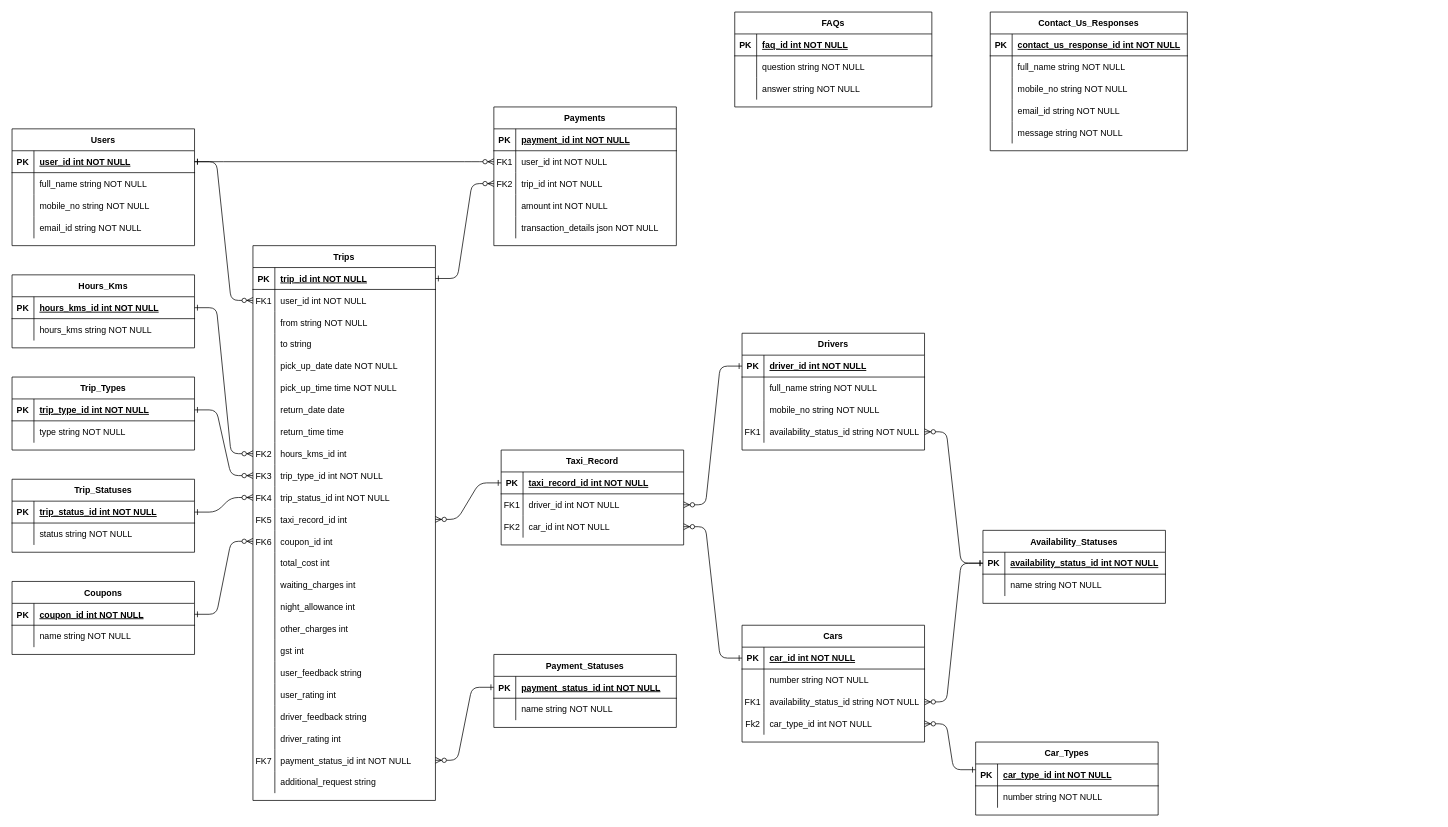
The draw.io diagram BTC.drawio in TechManTejas/BombayTaxiCo_Express_Backend, before the edit. Source tidied: cells renumbered, new cells numbered last; positions are measured from the earlier drawing's top-left corner, leaving out a move shared by most shapes. Both pictures are drawn from the tidied source at 73%, with x=0, y=0 at pixel (12, 12).
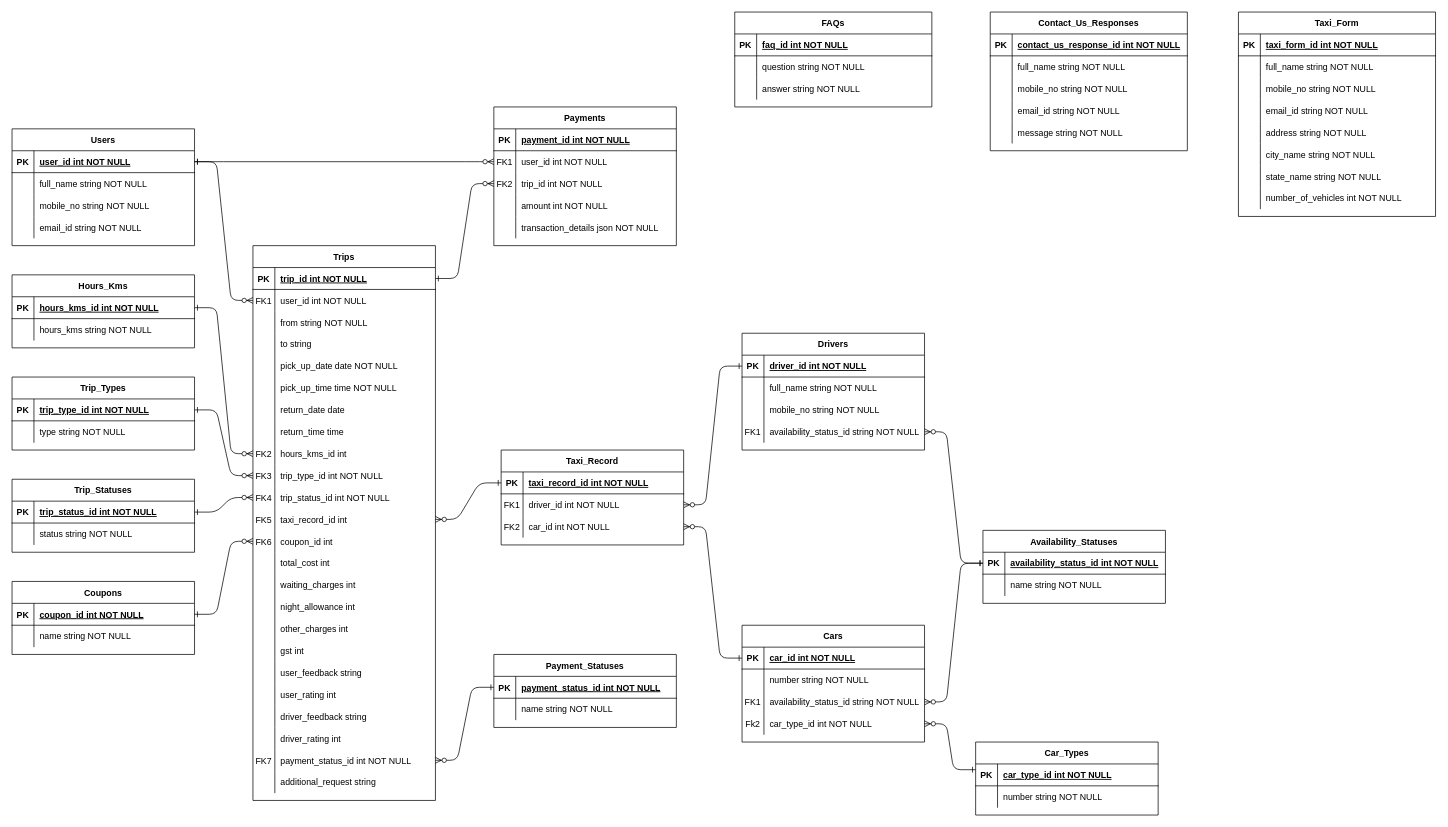
Above is the later version.

Commit message:
Added Taxi Form

The edit, as a diff of the source:
```diff
@@
+    <mxCell id="229" value="Taxi_Form" style="shape=table;startSize=30;childLayout=tableLayout;rowLines=0;fontStyle=1;align=center;gradientColor=default;fillColor=none;" parent="1" vertex="1">
+      <mxGeometry x="1680" width="270" height="280" as="geometry" />
+    </mxCell>
+    <mxCell id="230" style="shape=partialRectangle;fillColor=none;top=0;left=0;right=0;bottom=1;" parent="229" vertex="1">
+      <mxGeometry y="30" width="270" height="30" as="geometry" />
+    </mxCell>
+    <mxCell id="231" value="PK" style="shape=partialRectangle;overflow=hidden;fillColor=none;top=0;left=0;bottom=0;right=0;fontStyle=1;" parent="230" vertex="1">
+      <mxGeometry width="30" height="30" as="geometry" />
+    </mxCell>
+    <mxCell id="232" value="taxi_form_id int NOT NULL " style="shape=partialRectangle;overflow=hidden;fillColor=none;top=0;left=0;bottom=0;right=0;align=left;spacingLeft=6;fontStyle=5;" parent="230" vertex="1">
+      <mxGeometry x="30" width="240" height="30" as="geometry" />
+    </mxCell>
+    <mxCell id="233" style="shape=partialRectangle;fillColor=none;top=0;left=0;right=0;bottom=0;" parent="229" vertex="1">
+      <mxGeometry y="60" width="270" height="30" as="geometry" />
+    </mxCell>
+    <mxCell id="234" style="shape=partialRectangle;overflow=hidden;fillColor=none;top=0;left=0;bottom=0;right=0;" parent="233" vertex="1">
+      <mxGeometry width="30" height="30" as="geometry" />
+    </mxCell>
+    <mxCell id="235" value="full_name string NOT NULL" style="shape=partialRectangle;overflow=hidden;fillColor=none;top=0;left=0;bottom=0;right=0;align=left;spacingLeft=6;" parent="233" vertex="1">
+      <mxGeometry x="30" width="240" height="30" as="geometry" />
+    </mxCell>
+    <mxCell id="236" style="shape=partialRectangle;fillColor=none;top=0;left=0;right=0;bottom=0;" parent="229" vertex="1">
+      <mxGeometry y="90" width="270" height="30" as="geometry" />
+    </mxCell>
+    <mxCell id="237" style="shape=partialRectangle;overflow=hidden;fillColor=none;top=0;left=0;bottom=0;right=0;" parent="236" vertex="1">
+      <mxGeometry width="30" height="30" as="geometry" />
+    </mxCell>
+    <mxCell id="238" value="mobile_no string NOT NULL" style="shape=partialRectangle;overflow=hidden;fillColor=none;top=0;left=0;bottom=0;right=0;align=left;spacingLeft=6;" parent="236" vertex="1">
+      <mxGeometry x="30" width="240" height="30" as="geometry" />
+    </mxCell>
+    <mxCell id="239" style="shape=partialRectangle;fillColor=none;top=0;left=0;right=0;bottom=0;" parent="229" vertex="1">
+      <mxGeometry y="120" width="270" height="30" as="geometry" />
+    </mxCell>
+    <mxCell id="240" style="shape=partialRectangle;overflow=hidden;fillColor=none;top=0;left=0;bottom=0;right=0;" parent="239" vertex="1">
+      <mxGeometry width="30" height="30" as="geometry" />
+    </mxCell>
+    <mxCell id="241" value="email_id string NOT NULL" style="shape=partialRectangle;overflow=hidden;fillColor=none;top=0;left=0;bottom=0;right=0;align=left;spacingLeft=6;" parent="239" vertex="1">
+      <mxGeometry x="30" width="240" height="30" as="geometry" />
+    </mxCell>
+    <mxCell id="242" style="shape=partialRectangle;fillColor=none;top=0;left=0;right=0;bottom=0;" parent="229" vertex="1">
+      <mxGeometry y="150" width="270" height="30" as="geometry" />
+    </mxCell>
+    <mxCell id="243" style="shape=partialRectangle;overflow=hidden;fillColor=none;top=0;left=0;bottom=0;right=0;" parent="242" vertex="1">
+      <mxGeometry width="30" height="30" as="geometry" />
+    </mxCell>
+    <mxCell id="244" value="address string NOT NULL" style="shape=partialRectangle;overflow=hidden;fillColor=none;top=0;left=0;bottom=0;right=0;align=left;spacingLeft=6;" parent="242" vertex="1">
+      <mxGeometry x="30" width="240" height="30" as="geometry" />
+    </mxCell>
+    <mxCell id="245" style="shape=partialRectangle;fillColor=none;top=0;left=0;right=0;bottom=0;" parent="229" vertex="1">
+      <mxGeometry y="180" width="270" height="30" as="geometry" />
+    </mxCell>
+    <mxCell id="246" style="shape=partialRectangle;overflow=hidden;fillColor=none;top=0;left=0;bottom=0;right=0;" parent="245" vertex="1">
+      <mxGeometry width="30" height="30" as="geometry" />
+    </mxCell>
+    <mxCell id="247" value="city_name string NOT NULL" style="shape=partialRectangle;overflow=hidden;fillColor=none;top=0;left=0;bottom=0;right=0;align=left;spacingLeft=6;" parent="245" vertex="1">
+      <mxGeometry x="30" width="240" height="30" as="geometry" />
+    </mxCell>
+    <mxCell id="248" style="shape=partialRectangle;fillColor=none;top=0;left=0;right=0;bottom=0;" parent="229" vertex="1">
+      <mxGeometry y="210" width="270" height="30" as="geometry" />
+    </mxCell>
+    <mxCell id="249" style="shape=partialRectangle;overflow=hidden;fillColor=none;top=0;left=0;bottom=0;right=0;" parent="248" vertex="1">
+      <mxGeometry width="30" height="30" as="geometry" />
+    </mxCell>
+    <mxCell id="250" value="state_name string NOT NULL" style="shape=partialRectangle;overflow=hidden;fillColor=none;top=0;left=0;bottom=0;right=0;align=left;spacingLeft=6;" parent="248" vertex="1">
+      <mxGeometry x="30" width="240" height="30" as="geometry" />
+    </mxCell>
+    <mxCell id="251" style="shape=partialRectangle;fillColor=none;top=0;left=0;right=0;bottom=0;" parent="229" vertex="1">
+      <mxGeometry y="240" width="270" height="30" as="geometry" />
+    </mxCell>
+    <mxCell id="252" style="shape=partialRectangle;overflow=hidden;fillColor=none;top=0;left=0;bottom=0;right=0;" parent="251" vertex="1">
+      <mxGeometry width="30" height="30" as="geometry" />
+    </mxCell>
+    <mxCell id="253" value="number_of_vehicles int NOT NULL" style="shape=partialRectangle;overflow=hidden;fillColor=none;top=0;left=0;bottom=0;right=0;align=left;spacingLeft=6;" parent="251" vertex="1">
+      <mxGeometry x="30" width="240" height="30" as="geometry" />
+    </mxCell>
```
